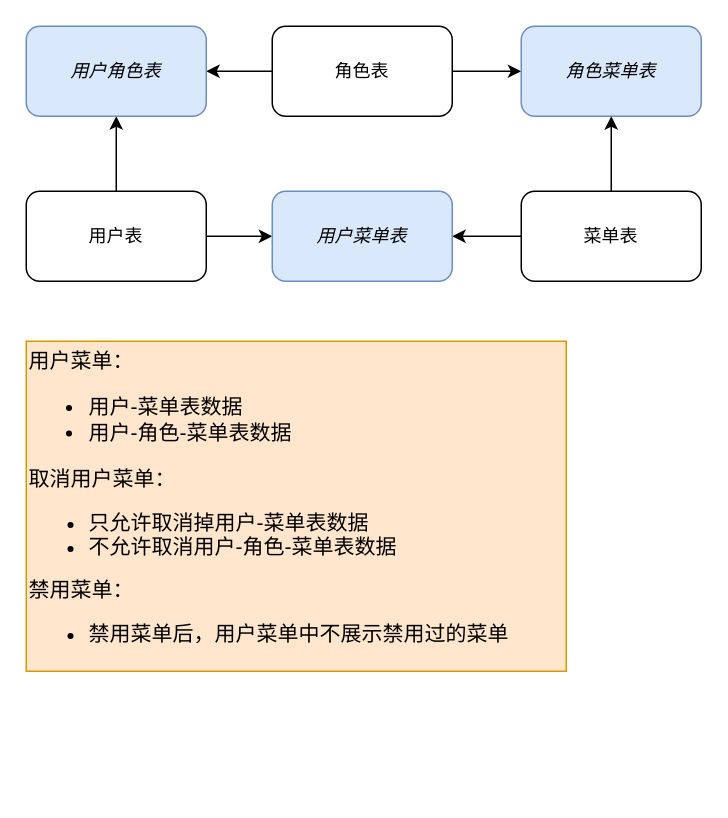
Earlier version of the draw.io diagram Untitled Diagram.drawio (WangNanGithub/diagrams). Source tidied: cells renumbered, new cells numbered last; positions are measured from the earlier drawing's top-left corner, leaving out a move shared by most shapes. Both pictures are drawn from the tidied source at 150%, with x=0, y=0 at pixel (26, 26).
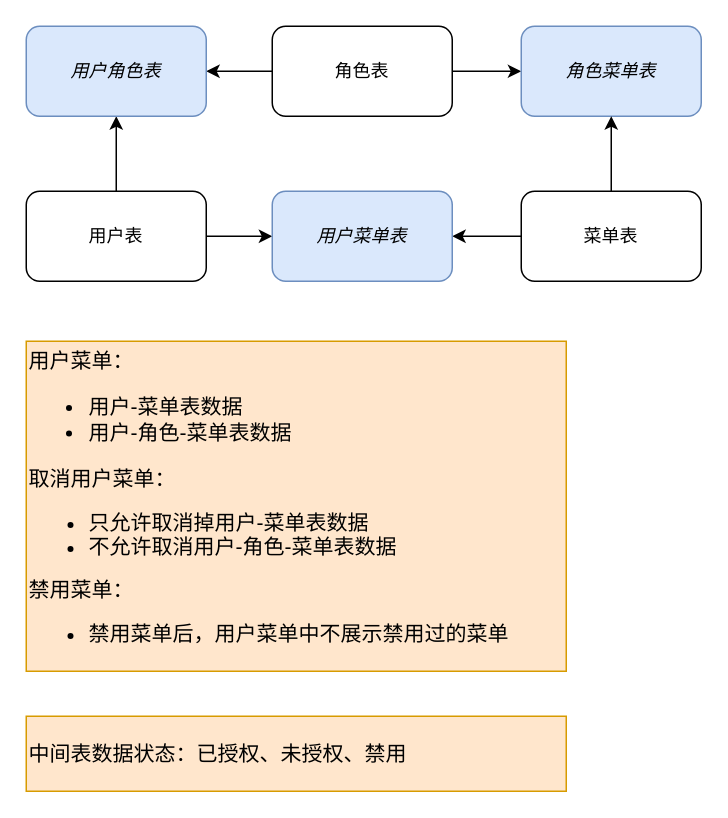
The same page after the edit.

The edit, as a diff of the source:
```diff
@@
 <mxGraphModel>
   <root>
     <mxCell id="0" />
     <mxCell id="1" parent="0" />
     <mxCell id="2" style="edgeStyle=orthogonalEdgeStyle;rounded=0;jettySize=auto;html=1;exitX=0.5;exitY=0;exitDx=0;exitDy=0;entryX=0.5;entryY=1;entryDx=0;entryDy=0;" parent="1" edge="1" source="4" target="8">
       <mxGeometry relative="1" as="geometry" />
     </mxCell>
     <mxCell id="3" style="edgeStyle=orthogonalEdgeStyle;rounded=0;jettySize=auto;html=1;" parent="1" edge="1" source="4" target="13">
       <mxGeometry relative="1" as="geometry" />
     </mxCell>
     <mxCell id="4" value="用户表" style="rounded=1;whiteSpace=wrap;html=1;" parent="1" vertex="1">
       <mxGeometry y="110" width="120" height="60" as="geometry" />
     </mxCell>
     <mxCell id="5" style="edgeStyle=orthogonalEdgeStyle;rounded=0;jettySize=auto;html=1;" parent="1" edge="1" source="7" target="8">
       <mxGeometry relative="1" as="geometry" />
     </mxCell>
     <mxCell id="6" style="edgeStyle=orthogonalEdgeStyle;rounded=0;jettySize=auto;html=1;" parent="1" edge="1" source="7" target="9">
       <mxGeometry relative="1" as="geometry" />
     </mxCell>
     <mxCell id="7" value="角色表" style="rounded=1;whiteSpace=wrap;html=1;" parent="1" vertex="1">
       <mxGeometry x="164" width="120" height="60" as="geometry" />
     </mxCell>
     <mxCell id="8" value="&lt;i&gt;用户角色表&lt;/i&gt;" style="rounded=1;whiteSpace=wrap;html=1;fillColor=#dae8fc;strokeColor=#6c8ebf;" parent="1" vertex="1">
       <mxGeometry width="120" height="60" as="geometry" />
     </mxCell>
     <mxCell id="9" value="&lt;i&gt;角色菜单表&lt;/i&gt;" style="rounded=1;whiteSpace=wrap;html=1;fillColor=#dae8fc;strokeColor=#6c8ebf;" parent="1" vertex="1">
       <mxGeometry x="330" width="120" height="60" as="geometry" />
     </mxCell>
     <mxCell id="10" style="edgeStyle=orthogonalEdgeStyle;rounded=0;jettySize=auto;html=1;" parent="1" edge="1" source="12" target="9">
       <mxGeometry relative="1" as="geometry" />
     </mxCell>
     <mxCell id="11" style="edgeStyle=orthogonalEdgeStyle;rounded=0;jettySize=auto;html=1;" parent="1" edge="1" source="12" target="13">
       <mxGeometry relative="1" as="geometry" />
     </mxCell>
     <mxCell id="12" value="菜单表" style="rounded=1;whiteSpace=wrap;html=1;" parent="1" vertex="1">
       <mxGeometry x="330" y="110" width="120" height="60" as="geometry" />
     </mxCell>
     <mxCell id="13" value="&lt;i&gt;用户菜单表&lt;/i&gt;" style="rounded=1;whiteSpace=wrap;html=1;fillColor=#dae8fc;strokeColor=#6c8ebf;" parent="1" vertex="1">
       <mxGeometry x="164" y="110" width="120" height="60" as="geometry" />
     </mxCell>
     <mxCell id="14" value="&lt;font style=&quot;font-size: 14px&quot;&gt;用户菜单：&lt;br&gt;&lt;/font&gt;&lt;ul style=&quot;font-size: 14px&quot;&gt;&lt;li&gt;&lt;font style=&quot;font-size: 14px&quot;&gt;用户-菜单表数据&lt;/font&gt;&lt;/li&gt;&lt;li&gt;&lt;font style=&quot;font-size: 14px&quot;&gt;用户-角色-菜单表数据&lt;/font&gt;&lt;/li&gt;&lt;/ul&gt;&lt;div&gt;&lt;span style=&quot;font-size: 14px&quot;&gt;取消用户菜单：&lt;/span&gt;&lt;/div&gt;&lt;div&gt;&lt;ul&gt;&lt;li&gt;&lt;span style=&quot;font-size: 14px&quot;&gt;只允许取消掉用户-菜单表数据&lt;/span&gt;&lt;/li&gt;&lt;li&gt;&lt;span style=&quot;font-size: 14px&quot;&gt;不允许取消用户-角色-菜单表数据&lt;/span&gt;&lt;/li&gt;&lt;/ul&gt;&lt;/div&gt;&lt;div&gt;&lt;span style=&quot;font-size: 14px&quot;&gt;禁用菜单：&lt;/span&gt;&lt;/div&gt;&lt;div&gt;&lt;ul&gt;&lt;li&gt;&lt;span style=&quot;font-size: 14px&quot;&gt;禁用菜单后，用户菜单中不展示禁用过的菜单&lt;/span&gt;&lt;/li&gt;&lt;/ul&gt;&lt;/div&gt;" style="text;html=1;strokeColor=#d79b00;fillColor=#ffe6cc;align=left;verticalAlign=middle;whiteSpace=wrap;rounded=0;" parent="1" vertex="1">
       <mxGeometry y="210" width="360" height="220" as="geometry" />
     </mxCell>
+    <mxCell id="15" value="&lt;font style=&quot;font-size: 14px&quot;&gt;中间表数据状态：已授权、未授权、禁用&lt;/font&gt;" style="text;html=1;strokeColor=#d79b00;fillColor=#ffe6cc;align=left;verticalAlign=middle;whiteSpace=wrap;rounded=0;" parent="1" vertex="1">
+      <mxGeometry y="460" width="360" height="50" as="geometry" />
+    </mxCell>
   </root>
 </mxGraphModel>
```
